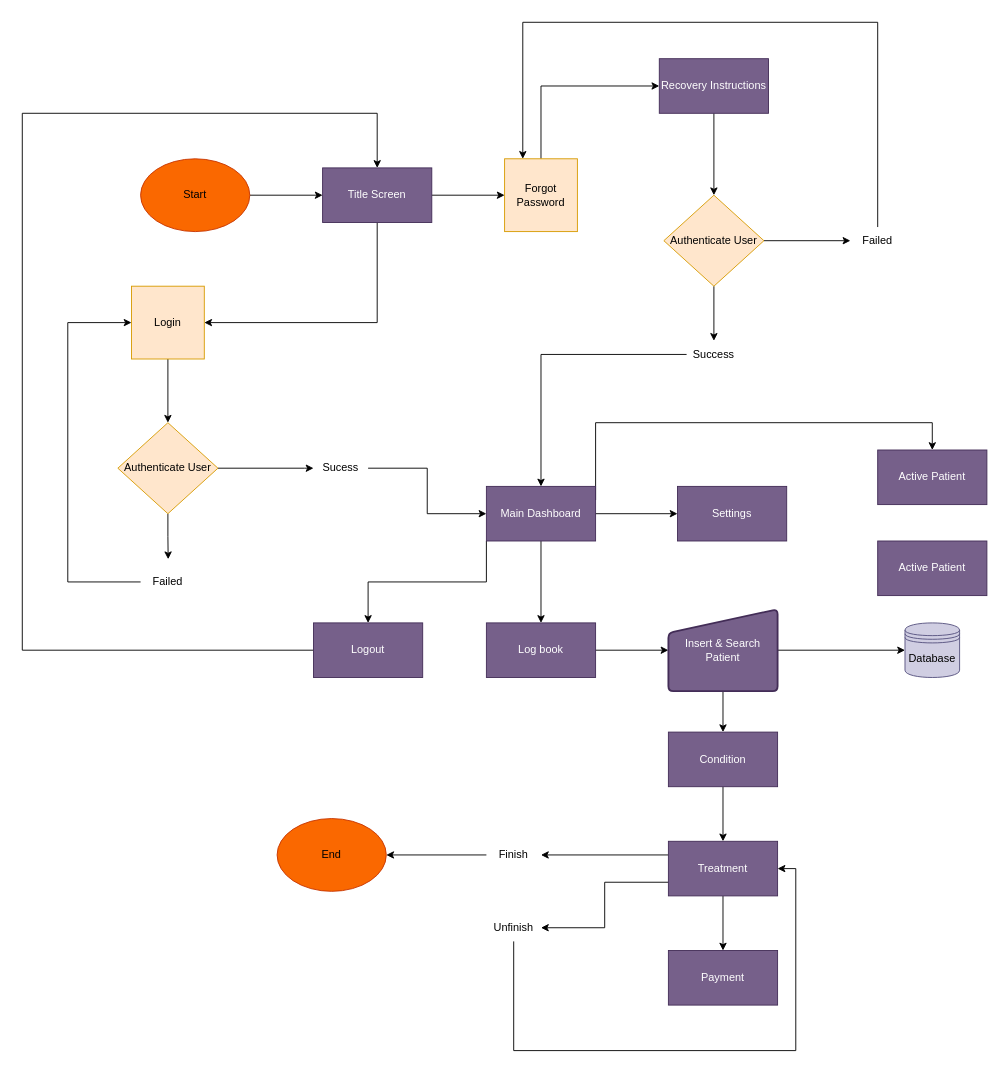
Earlier version of the draw.io diagram Untitled Diagram.drawio (XeLTzy/my-second-repo). Source tidied: cells renumbered, new cells numbered last; positions are measured from the earlier drawing's top-left corner, leaving out a move shared by most shapes. Both pictures are drawn from the tidied source at 91%, with x=0, y=0 at pixel (22, 22).
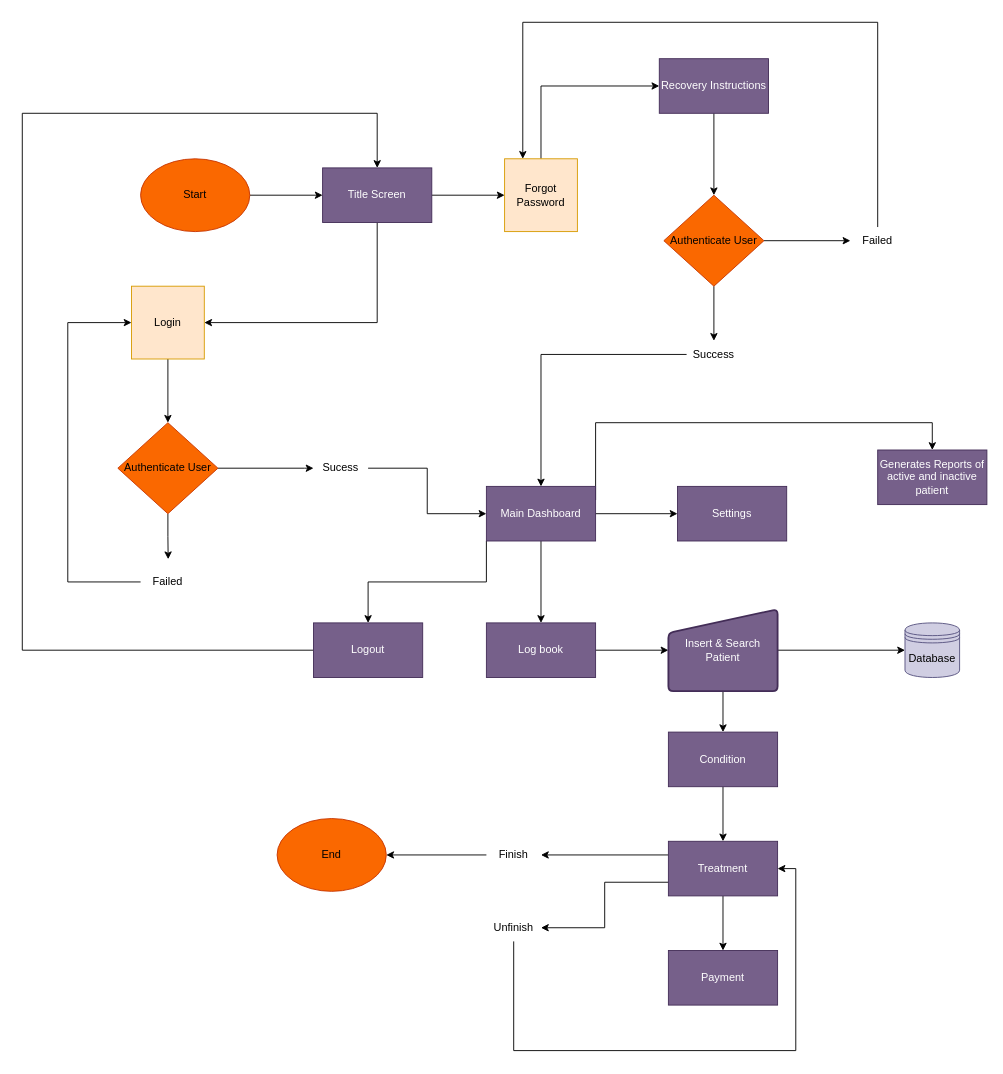
The same page after the edit.

Commit message:
Update Generate Reports Diagram.drawio

Diff of the diagram source:
```diff
@@
-    <mxCell id="40" value="Active Patient" style="whiteSpace=wrap;html=1;fillColor=#76608a;strokeColor=#432D57;fontColor=#ffffff;" parent="1" vertex="1">
+    <mxCell id="40" value="Generates Reports of active and inactive patient" style="whiteSpace=wrap;html=1;fillColor=#76608a;strokeColor=#432D57;fontColor=#ffffff;" parent="1" vertex="1">
       <mxGeometry x="940" y="470" width="120" height="60" as="geometry" />
     </mxCell>
-    <mxCell id="41" value="Active Patient" style="whiteSpace=wrap;html=1;fillColor=#76608a;strokeColor=#432D57;fontColor=#ffffff;" parent="1" vertex="1">
-      <mxGeometry x="940" y="570" width="120" height="60" as="geometry" />
-    </mxCell>
@@
-    <mxCell id="44" value="Authenticate User" style="rhombus;whiteSpace=wrap;html=1;fillColor=#ffe6cc;strokeColor=#d79b00;rounded=0;" parent="1" vertex="1">
+    <mxCell id="44" value="Authenticate User" style="rhombus;whiteSpace=wrap;html=1;fillColor=#fa6800;strokeColor=#C73500;rounded=0;fontColor=#000000;" parent="1" vertex="1">
       <mxGeometry x="105" y="440" width="110" height="100" as="geometry" />
     </mxCell>
@@
-    <mxCell id="49" value="Authenticate User" style="rhombus;whiteSpace=wrap;html=1;fillColor=#ffe6cc;strokeColor=#d79b00;rounded=0;" parent="1" vertex="1">
+    <mxCell id="49" value="Authenticate User" style="rhombus;whiteSpace=wrap;html=1;fillColor=#fa6800;strokeColor=#C73500;rounded=0;fontColor=#000000;" parent="1" vertex="1">
       <mxGeometry x="705" y="190" width="110" height="100" as="geometry" />
     </mxCell>
```
